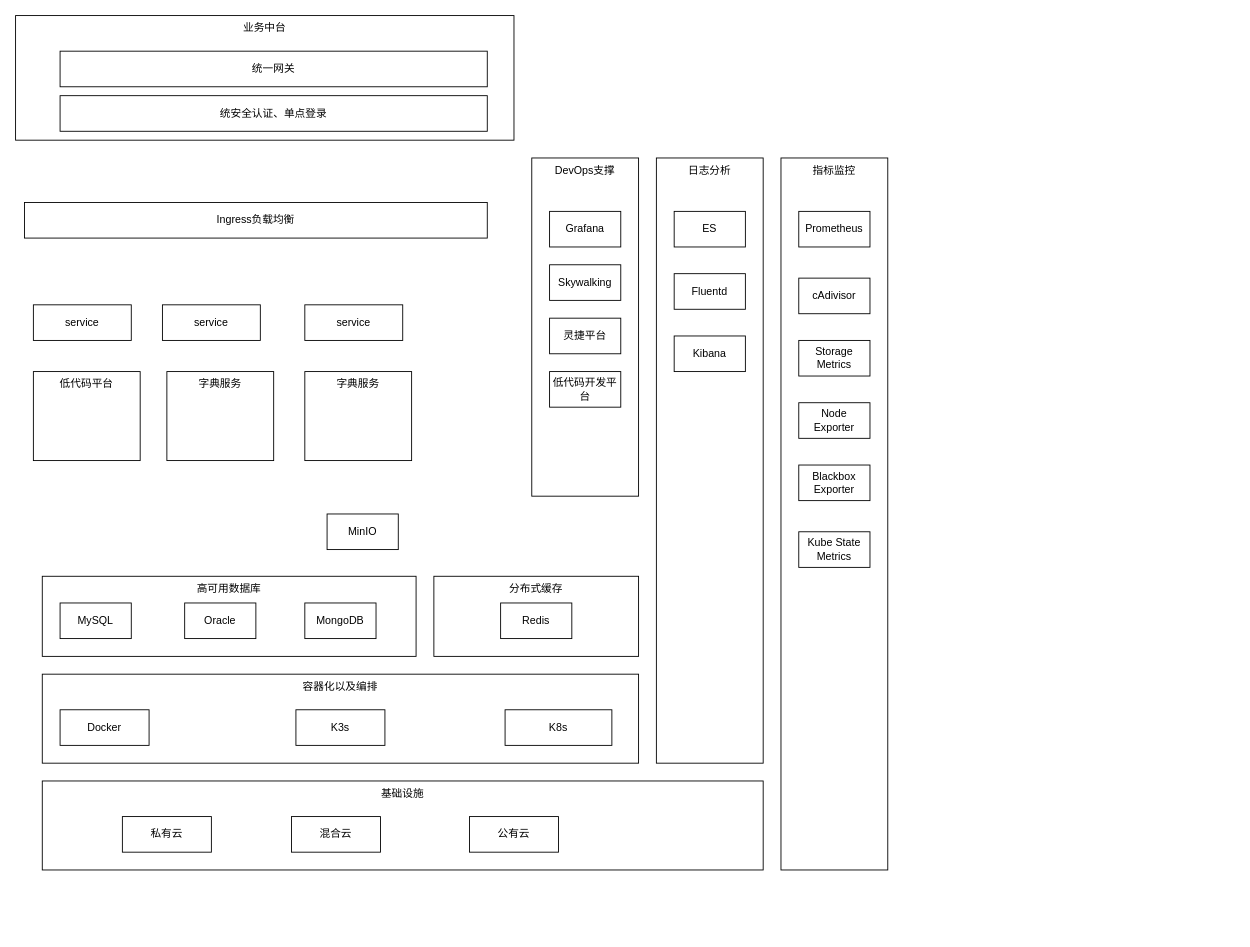
ProgrammerLZ/drawio keeps this draw.io diagram as page "低代码技术架构" (2 of 2) of 学工技术架构.drawio. Above is the earlier version. Source tidied: cells renumbered, new cells numbered last; positions are measured from the earlier drawing's top-left corner, leaving out a move shared by most shapes. Both pictures are drawn from the tidied source at 89%, with x=0, y=0 at pixel (15, 15).
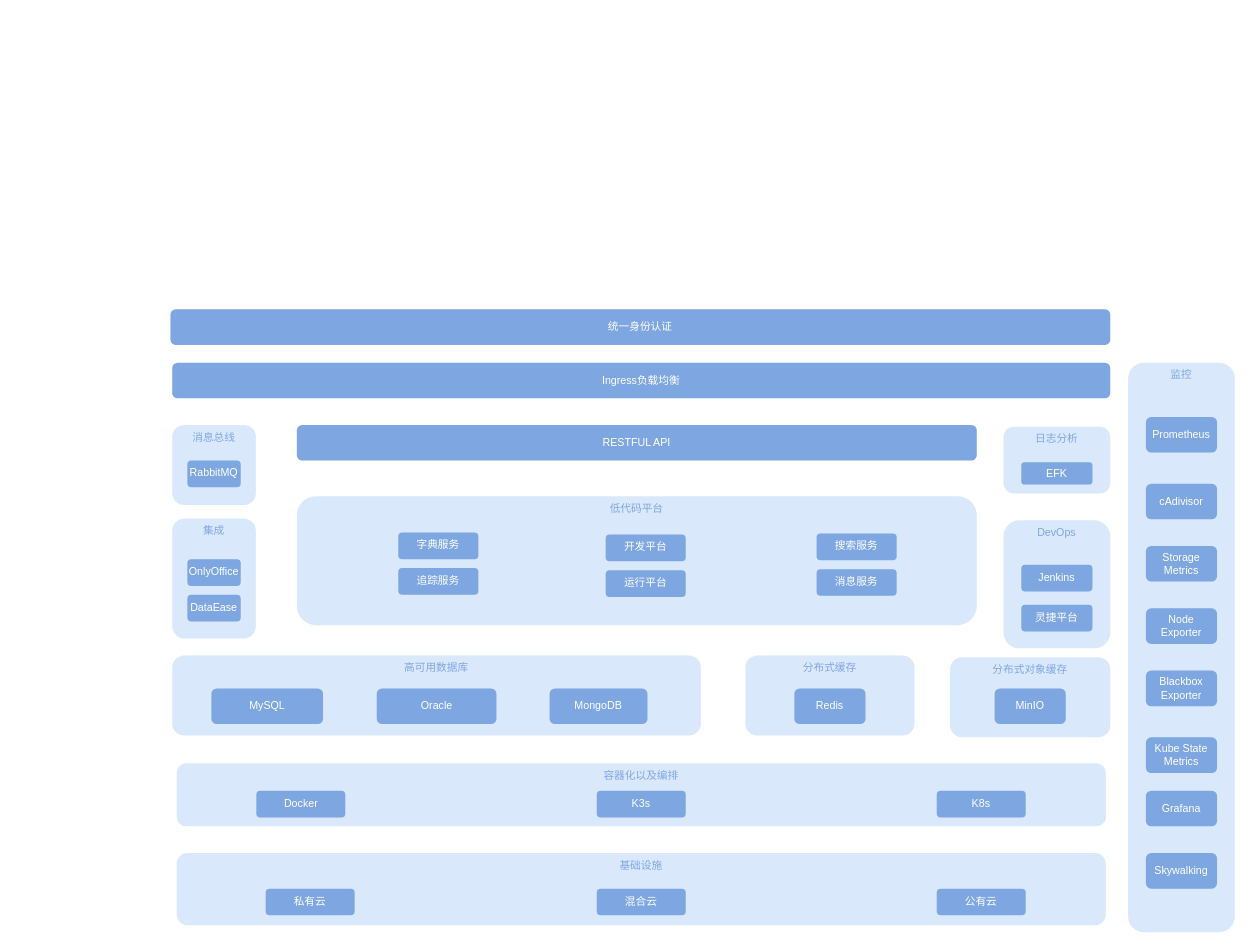
Above is the later version.

Commit message (it also covers changes not shown here):
更新学工技术架构.drawio

Diff of the diagram source:
```diff
@@
-    <mxCell id="2" value="业务中台" style="rounded=0;whiteSpace=wrap;html=1;verticalAlign=top;" parent="1" vertex="1">
-      <mxGeometry width="560" height="140" as="geometry" />
-    </mxCell>
+    <mxCell id="43" value="分布式对象缓存" style="rounded=1;whiteSpace=wrap;html=1;verticalAlign=top;fillColor=#dae8fc;strokeColor=none;fontColor=#7EA6E0;" parent="1" vertex="1">
+      <mxGeometry x="1050" y="721" width="180" height="90" as="geometry" />
+    </mxCell>
-    <mxCell id="3" value="分布式缓存" style="rounded=0;whiteSpace=wrap;html=1;verticalAlign=top;" parent="1" vertex="1">
-      <mxGeometry x="470" y="630" width="230" height="90" as="geometry" />
+    <mxCell id="3" value="分布式缓存" style="rounded=1;whiteSpace=wrap;html=1;verticalAlign=top;fillColor=#dae8fc;strokeColor=none;fontColor=#7EA6E0;" parent="1" vertex="1">
+      <mxGeometry x="820" y="719" width="190" height="90" as="geometry" />
     </mxCell>
-    <mxCell id="4" value="DevOps支撑" style="rounded=0;whiteSpace=wrap;html=1;verticalAlign=top;" parent="1" vertex="1">
-      <mxGeometry x="580" y="160" width="120" height="380" as="geometry" />
+    <mxCell id="4" value="DevOps" style="rounded=1;whiteSpace=wrap;html=1;verticalAlign=top;fillColor=#dae8fc;strokeColor=none;fontColor=#7EA6E0;" parent="1" vertex="1">
+      <mxGeometry x="1110" y="567" width="120" height="144" as="geometry" />
     </mxCell>
-    <mxCell id="5" value="指标监控" style="rounded=0;whiteSpace=wrap;html=1;verticalAlign=top;" parent="1" vertex="1">
-      <mxGeometry x="860" y="160" width="120" height="800" as="geometry" />
+    <mxCell id="5" value="监控" style="rounded=1;whiteSpace=wrap;html=1;verticalAlign=top;fillColor=#dae8fc;strokeColor=none;fontColor=#7EA6E0;" parent="1" vertex="1">
+      <mxGeometry x="1250" y="390" width="120" height="640" as="geometry" />
     </mxCell>
-    <mxCell id="6" value="低代码平台" style="rounded=0;whiteSpace=wrap;html=1;verticalAlign=top;" parent="1" vertex="1">
-      <mxGeometry x="20" y="400" width="120" height="100" as="geometry" />
+    <mxCell id="6" value="RESTFUL API" style="rounded=1;whiteSpace=wrap;html=1;verticalAlign=middle;fillColor=#7EA6E0;fontColor=#FFFFFF;strokeColor=none;" parent="1" vertex="1">
+      <mxGeometry x="316" y="460" width="764" height="40" as="geometry" />
     </mxCell>
-    <mxCell id="7" value="高可用数据库" style="rounded=0;whiteSpace=wrap;html=1;verticalAlign=top;" parent="1" vertex="1">
-      <mxGeometry x="30" y="630" width="420" height="90" as="geometry" />
+    <mxCell id="7" value="高可用数据库" style="rounded=1;whiteSpace=wrap;html=1;verticalAlign=top;fillColor=#dae8fc;strokeColor=none;fontColor=#7EA6E0;" parent="1" vertex="1">
+      <mxGeometry x="176" y="719" width="594" height="90" as="geometry" />
     </mxCell>
-    <mxCell id="8" value="MySQL" style="rounded=0;whiteSpace=wrap;html=1;" parent="1" vertex="1">
-      <mxGeometry x="50" y="660" width="80" height="40" as="geometry" />
+    <mxCell id="8" value="MySQL" style="rounded=1;whiteSpace=wrap;html=1;fillColor=#7EA6E0;fontColor=#FFFFFF;strokeColor=none;shadow=0;glass=0;gradientColor=none;" parent="1" vertex="1">
+      <mxGeometry x="220" y="756" width="125.5" height="40" as="geometry" />
     </mxCell>
-    <mxCell id="9" value="Oracle" style="rounded=0;whiteSpace=wrap;html=1;" parent="1" vertex="1">
-      <mxGeometry x="190" y="660" width="80" height="40" as="geometry" />
+    <mxCell id="9" value="Oracle" style="rounded=1;whiteSpace=wrap;html=1;fillColor=#7EA6E0;fontColor=#FFFFFF;strokeColor=none;" parent="1" vertex="1">
+      <mxGeometry x="405.8" y="756" width="134.5" height="40" as="geometry" />
     </mxCell>
-    <mxCell id="10" value="MongoDB" style="rounded=0;whiteSpace=wrap;html=1;" parent="1" vertex="1">
-      <mxGeometry x="325" y="660" width="80" height="40" as="geometry" />
+    <mxCell id="10" value="MongoDB" style="rounded=1;whiteSpace=wrap;html=1;fillColor=#7EA6E0;fontColor=#FFFFFF;strokeColor=none;" parent="1" vertex="1">
+      <mxGeometry x="600" y="756" width="110" height="40" as="geometry" />
     </mxCell>
-    <mxCell id="11" value="Redis" style="rounded=0;whiteSpace=wrap;html=1;" parent="1" vertex="1">
-      <mxGeometry x="545" y="660" width="80" height="40" as="geometry" />
+    <mxCell id="11" value="Redis" style="rounded=1;whiteSpace=wrap;html=1;fillColor=#7EA6E0;fontColor=#FFFFFF;strokeColor=none;" parent="1" vertex="1">
+      <mxGeometry x="875" y="756" width="80" height="40" as="geometry" />
     </mxCell>
-    <mxCell id="12" value="日志分析" style="rounded=0;whiteSpace=wrap;html=1;verticalAlign=top;" parent="1" vertex="1">
-      <mxGeometry x="720" y="160" width="120" height="680" as="geometry" />
+    <mxCell id="12" value="日志分析" style="rounded=1;whiteSpace=wrap;html=1;verticalAlign=top;fillColor=#dae8fc;strokeColor=none;fontColor=#7EA6E0;" parent="1" vertex="1">
+      <mxGeometry x="1110" y="462" width="120" height="75" as="geometry" />
     </mxCell>
-    <mxCell id="13" value="Fluentd" style="rounded=0;whiteSpace=wrap;html=1;" parent="1" vertex="1">
-      <mxGeometry x="740" y="290" width="80" height="40" as="geometry" />
-    </mxCell>
-    <mxCell id="14" value="ES" style="rounded=0;whiteSpace=wrap;html=1;" parent="1" vertex="1">
-      <mxGeometry x="740" y="220" width="80" height="40" as="geometry" />
-    </mxCell>
-    <mxCell id="15" value="Prometheus" style="rounded=0;whiteSpace=wrap;html=1;" parent="1" vertex="1">
-      <mxGeometry x="880" y="220" width="80" height="40" as="geometry" />
+    <mxCell id="15" value="Prometheus" style="rounded=1;whiteSpace=wrap;html=1;fillColor=#7EA6E0;fontColor=#FFFFFF;strokeColor=none;" parent="1" vertex="1">
+      <mxGeometry x="1270" y="451" width="80" height="40" as="geometry" />
     </mxCell>
-    <mxCell id="16" value="Grafana" style="rounded=0;whiteSpace=wrap;html=1;" parent="1" vertex="1">
-      <mxGeometry x="600" y="220" width="80" height="40" as="geometry" />
-    </mxCell>
-    <mxCell id="17" value="Skywalking" style="rounded=0;whiteSpace=wrap;html=1;" parent="1" vertex="1">
-      <mxGeometry x="600" y="280" width="80" height="40" as="geometry" />
-    </mxCell>
-    <mxCell id="18" value="容器化以及编排" style="rounded=0;whiteSpace=wrap;html=1;verticalAlign=top;" parent="1" vertex="1">
-      <mxGeometry x="30" y="740" width="670" height="100" as="geometry" />
+    <mxCell id="18" value="容器化以及编排" style="rounded=1;whiteSpace=wrap;html=1;verticalAlign=top;fillColor=#dae8fc;strokeColor=none;fontColor=#7EA6E0;" parent="1" vertex="1">
+      <mxGeometry x="181" y="840" width="1044" height="71" as="geometry" />
     </mxCell>
-    <mxCell id="19" value="Docker" style="rounded=0;whiteSpace=wrap;html=1;" parent="1" vertex="1">
-      <mxGeometry x="50" y="780" width="100" height="40" as="geometry" />
+    <mxCell id="19" value="Docker" style="rounded=1;whiteSpace=wrap;html=1;fillColor=#7EA6E0;strokeColor=none;fontColor=#FFFFFF;" parent="1" vertex="1">
+      <mxGeometry x="270.5" y="871" width="100" height="30" as="geometry" />
     </mxCell>
-    <mxCell id="20" value="K8s" style="rounded=0;whiteSpace=wrap;html=1;" parent="1" vertex="1">
-      <mxGeometry x="550" y="780" width="120" height="40" as="geometry" />
+    <mxCell id="20" value="K8s" style="rounded=1;whiteSpace=wrap;html=1;fillColor=#7EA6E0;strokeColor=none;fontColor=#FFFFFF;" parent="1" vertex="1">
+      <mxGeometry x="1035" y="871" width="100" height="30" as="geometry" />
     </mxCell>
-    <mxCell id="21" value="MinIO" style="rounded=0;whiteSpace=wrap;html=1;" parent="1" vertex="1">
-      <mxGeometry x="350" y="560" width="80" height="40" as="geometry" />
+    <mxCell id="21" value="MinIO" style="rounded=1;whiteSpace=wrap;html=1;fillColor=#7EA6E0;fontColor=#FFFFFF;strokeColor=none;" parent="1" vertex="1">
+      <mxGeometry x="1100" y="756" width="80" height="40" as="geometry" />
     </mxCell>
-    <mxCell id="22" value="Ingress负载均衡" style="rounded=0;whiteSpace=wrap;html=1;verticalAlign=middle;" parent="1" vertex="1">
-      <mxGeometry x="10" y="210" width="520" height="40" as="geometry" />
+    <mxCell id="22" value="Ingress负载均衡" style="rounded=1;whiteSpace=wrap;html=1;verticalAlign=middle;fillColor=#7EA6E0;fontColor=#FFFFFF;strokeColor=none;" parent="1" vertex="1">
+      <mxGeometry x="176" y="390" width="1054" height="40" as="geometry" />
     </mxCell>
-    <mxCell id="23" value="基础设施" style="rounded=0;whiteSpace=wrap;html=1;verticalAlign=top;" parent="1" vertex="1">
-      <mxGeometry x="30" y="860" width="810" height="100" as="geometry" />
+    <mxCell id="23" value="基础设施" style="rounded=1;whiteSpace=wrap;html=1;verticalAlign=top;fillColor=#dae8fc;strokeColor=none;fontColor=#7EA6E0;" parent="1" vertex="1">
+      <mxGeometry x="181" y="941" width="1044" height="81" as="geometry" />
     </mxCell>
-    <mxCell id="24" value="私有云" style="rounded=0;whiteSpace=wrap;html=1;" parent="1" vertex="1">
-      <mxGeometry x="120" y="900" width="100" height="40" as="geometry" />
+    <mxCell id="24" value="私有云" style="rounded=1;whiteSpace=wrap;html=1;fillColor=#7EA6E0;strokeColor=none;fontColor=#FFFFFF;" parent="1" vertex="1">
+      <mxGeometry x="281" y="981" width="100" height="30" as="geometry" />
     </mxCell>
-    <mxCell id="25" value="混合云" style="rounded=0;whiteSpace=wrap;html=1;" parent="1" vertex="1">
-      <mxGeometry x="310" y="900" width="100" height="40" as="geometry" />
+    <mxCell id="25" value="混合云" style="rounded=1;whiteSpace=wrap;html=1;fillColor=#7EA6E0;strokeColor=none;fontColor=#FFFFFF;" parent="1" vertex="1">
+      <mxGeometry x="653" y="981" width="100" height="30" as="geometry" />
     </mxCell>
-    <mxCell id="26" value="公有云" style="rounded=0;whiteSpace=wrap;html=1;" parent="1" vertex="1">
-      <mxGeometry x="510" y="900" width="100" height="40" as="geometry" />
+    <mxCell id="26" value="公有云" style="rounded=1;whiteSpace=wrap;html=1;fillColor=#7EA6E0;strokeColor=none;fontColor=#FFFFFF;" parent="1" vertex="1">
+      <mxGeometry x="1035" y="981" width="100" height="30" as="geometry" />
     </mxCell>
-    <mxCell id="27" value="Kibana" style="rounded=0;whiteSpace=wrap;html=1;" parent="1" vertex="1">
-      <mxGeometry x="740" y="360" width="80" height="40" as="geometry" />
-    </mxCell>
-    <mxCell id="28" value="K3s" style="rounded=0;whiteSpace=wrap;html=1;" parent="1" vertex="1">
-      <mxGeometry x="315" y="780" width="100" height="40" as="geometry" />
+    <mxCell id="28" value="K3s" style="rounded=1;whiteSpace=wrap;html=1;fillColor=#7EA6E0;strokeColor=none;fontColor=#FFFFFF;" parent="1" vertex="1">
+      <mxGeometry x="653" y="871" width="100" height="30" as="geometry" />
     </mxCell>
-    <mxCell id="29" value="cAdivisor" style="rounded=0;whiteSpace=wrap;html=1;" parent="1" vertex="1">
-      <mxGeometry x="880" y="295" width="80" height="40" as="geometry" />
+    <mxCell id="29" value="cAdivisor" style="rounded=1;whiteSpace=wrap;html=1;fillColor=#7EA6E0;fontColor=#FFFFFF;strokeColor=none;" parent="1" vertex="1">
+      <mxGeometry x="1270" y="526" width="80" height="40" as="geometry" />
     </mxCell>
-    <mxCell id="30" value="Storage Metrics" style="rounded=0;whiteSpace=wrap;html=1;" parent="1" vertex="1">
-      <mxGeometry x="880" y="365" width="80" height="40" as="geometry" />
+    <mxCell id="30" value="Storage Metrics" style="rounded=1;whiteSpace=wrap;html=1;fillColor=#7EA6E0;fontColor=#FFFFFF;strokeColor=none;" parent="1" vertex="1">
+      <mxGeometry x="1270" y="596" width="80" height="40" as="geometry" />
     </mxCell>
-    <mxCell id="31" value="Node&lt;div&gt;Exporter&lt;/div&gt;" style="rounded=0;whiteSpace=wrap;html=1;" parent="1" vertex="1">
-      <mxGeometry x="880" y="435" width="80" height="40" as="geometry" />
+    <mxCell id="31" value="Node&lt;div&gt;Exporter&lt;/div&gt;" style="rounded=1;whiteSpace=wrap;html=1;fillColor=#7EA6E0;fontColor=#FFFFFF;strokeColor=none;" parent="1" vertex="1">
+      <mxGeometry x="1270" y="666" width="80" height="40" as="geometry" />
     </mxCell>
-    <mxCell id="32" value="Blackbox&lt;div&gt;Exporter&lt;/div&gt;" style="rounded=0;whiteSpace=wrap;html=1;" parent="1" vertex="1">
-      <mxGeometry x="880" y="505" width="80" height="40" as="geometry" />
+    <mxCell id="32" value="Blackbox&lt;div&gt;Exporter&lt;/div&gt;" style="rounded=1;whiteSpace=wrap;html=1;fillColor=#7EA6E0;fontColor=#FFFFFF;strokeColor=none;" parent="1" vertex="1">
+      <mxGeometry x="1270" y="736" width="80" height="40" as="geometry" />
     </mxCell>
-    <mxCell id="33" value="灵捷平台" style="rounded=0;whiteSpace=wrap;html=1;" parent="1" vertex="1">
-      <mxGeometry x="600" y="340" width="80" height="40" as="geometry" />
+    <mxCell id="33" value="灵捷平台" style="rounded=1;whiteSpace=wrap;html=1;fillColor=#7EA6E0;fontColor=#FFFFFF;strokeColor=none;" parent="1" vertex="1">
+      <mxGeometry x="1130" y="662" width="80" height="30" as="geometry" />
     </mxCell>
-    <mxCell id="34" value="Kube State&lt;div&gt;Metrics&lt;/div&gt;" style="rounded=0;whiteSpace=wrap;html=1;" parent="1" vertex="1">
-      <mxGeometry x="880" y="580" width="80" height="40" as="geometry" />
+    <mxCell id="34" value="Kube State&lt;div&gt;Metrics&lt;/div&gt;" style="rounded=1;whiteSpace=wrap;html=1;fillColor=#7EA6E0;fontColor=#FFFFFF;strokeColor=none;" parent="1" vertex="1">
+      <mxGeometry x="1270" y="811" width="80" height="40" as="geometry" />
     </mxCell>
-    <mxCell id="35" value="低代码开发平台" style="rounded=0;whiteSpace=wrap;html=1;" parent="1" vertex="1">
-      <mxGeometry x="600" y="400" width="80" height="40" as="geometry" />
-    </mxCell>
-    <mxCell id="36" value="统一网关" style="rounded=0;whiteSpace=wrap;html=1;verticalAlign=middle;" parent="1" vertex="1">
-      <mxGeometry x="50" y="40" width="480" height="40" as="geometry" />
-    </mxCell>
-    <mxCell id="37" value="service" style="rounded=0;whiteSpace=wrap;html=1;verticalAlign=middle;" parent="1" vertex="1">
-      <mxGeometry x="20" y="325" width="110" height="40" as="geometry" />
-    </mxCell>
-    <mxCell id="38" value="字典服务" style="rounded=0;whiteSpace=wrap;html=1;verticalAlign=top;" parent="1" vertex="1">
-      <mxGeometry x="170" y="400" width="120" height="100" as="geometry" />
-    </mxCell>
-    <mxCell id="39" value="字典服务" style="rounded=0;whiteSpace=wrap;html=1;verticalAlign=top;" parent="1" vertex="1">
-      <mxGeometry x="325" y="400" width="120" height="100" as="geometry" />
-    </mxCell>
-    <mxCell id="40" value="service" style="rounded=0;whiteSpace=wrap;html=1;verticalAlign=middle;" parent="1" vertex="1">
-      <mxGeometry x="165" y="325" width="110" height="40" as="geometry" />
-    </mxCell>
-    <mxCell id="41" value="service" style="rounded=0;whiteSpace=wrap;html=1;verticalAlign=middle;" parent="1" vertex="1">
-      <mxGeometry x="325" y="325" width="110" height="40" as="geometry" />
-    </mxCell>
-    <mxCell id="42" value="统安全认证、单点登录" style="rounded=0;whiteSpace=wrap;html=1;verticalAlign=middle;" parent="1" vertex="1">
-      <mxGeometry x="50" y="90" width="480" height="40" as="geometry" />
+    <mxCell id="42" value="统一身份认证" style="rounded=1;whiteSpace=wrap;html=1;verticalAlign=middle;fillColor=#7EA6E0;fontColor=#FFFFFF;strokeColor=none;" parent="1" vertex="1">
+      <mxGeometry x="174" y="330" width="1056" height="40" as="geometry" />
     </mxCell>
+    <mxCell id="44" value="Jenkins" style="rounded=1;whiteSpace=wrap;html=1;fillColor=#7EA6E0;fontColor=#FFFFFF;strokeColor=none;" parent="1" vertex="1">
+      <mxGeometry x="1130" y="617" width="80" height="30" as="geometry" />
+    </mxCell>
+    <mxCell id="45" value="EFK" style="rounded=1;whiteSpace=wrap;html=1;fillColor=#7EA6E0;fontColor=#FFFFFF;strokeColor=none;" parent="1" vertex="1">
+      <mxGeometry x="1130" y="502" width="80" height="25" as="geometry" />
+    </mxCell>
+    <mxCell id="46" value="低代码平台" style="rounded=1;whiteSpace=wrap;html=1;verticalAlign=top;fillColor=#dae8fc;strokeColor=none;fontColor=#7EA6E0;" parent="1" vertex="1">
+      <mxGeometry x="316" y="540" width="764" height="145" as="geometry" />
+    </mxCell>
+    <mxCell id="47" value="消息总线" style="rounded=1;whiteSpace=wrap;html=1;verticalAlign=top;fillColor=#dae8fc;strokeColor=none;fontColor=#7EA6E0;" parent="1" vertex="1">
+      <mxGeometry x="176" y="460" width="94" height="90" as="geometry" />
+    </mxCell>
+    <mxCell id="48" value="RabbitMQ" style="rounded=1;whiteSpace=wrap;html=1;verticalAlign=top;fillColor=#7EA6E0;fontColor=#FFFFFF;strokeColor=none;" parent="1" vertex="1">
+      <mxGeometry x="193" y="500" width="60" height="30" as="geometry" />
+    </mxCell>
+    <mxCell id="49" value="集成" style="rounded=1;whiteSpace=wrap;html=1;verticalAlign=top;fillColor=#dae8fc;strokeColor=none;fontColor=#7EA6E0;" parent="1" vertex="1">
+      <mxGeometry x="176" y="565" width="94" height="135" as="geometry" />
+    </mxCell>
+    <mxCell id="50" value="OnlyOffice" style="rounded=1;whiteSpace=wrap;html=1;verticalAlign=top;fillColor=#7EA6E0;fontColor=#FFFFFF;strokeColor=none;" parent="1" vertex="1">
+      <mxGeometry x="193" y="610.8" width="60" height="30" as="geometry" />
+    </mxCell>
+    <mxCell id="51" value="DataEase" style="rounded=1;whiteSpace=wrap;html=1;verticalAlign=top;fillColor=#7EA6E0;fontColor=#FFFFFF;strokeColor=none;" parent="1" vertex="1">
+      <mxGeometry x="193" y="650.8" width="60" height="30" as="geometry" />
+    </mxCell>
+    <mxCell id="16" value="Grafana" style="rounded=1;whiteSpace=wrap;html=1;fillColor=#7EA6E0;fontColor=#FFFFFF;strokeColor=none;" parent="1" vertex="1">
+      <mxGeometry x="1270" y="871" width="80" height="40" as="geometry" />
+    </mxCell>
+    <mxCell id="17" value="Skywalking" style="rounded=1;whiteSpace=wrap;html=1;fillColor=#7EA6E0;fontColor=#FFFFFF;strokeColor=none;" parent="1" vertex="1">
+      <mxGeometry x="1270" y="941" width="80" height="40" as="geometry" />
+    </mxCell>
+    <mxCell id="52" value="字典服务" style="rounded=1;whiteSpace=wrap;html=1;verticalAlign=top;fillColor=#7EA6E0;fontColor=#FFFFFF;strokeColor=none;" parent="1" vertex="1">
+      <mxGeometry x="430" y="580.8" width="90" height="30" as="geometry" />
+    </mxCell>
+    <mxCell id="53" value="追踪服务" style="rounded=1;whiteSpace=wrap;html=1;verticalAlign=top;fillColor=#7EA6E0;fontColor=#FFFFFF;strokeColor=none;" parent="1" vertex="1">
+      <mxGeometry x="430" y="620.8" width="90" height="30" as="geometry" />
+    </mxCell>
+    <mxCell id="54" value="搜索服务" style="rounded=1;whiteSpace=wrap;html=1;verticalAlign=top;fillColor=#7EA6E0;fontColor=#FFFFFF;strokeColor=none;" parent="1" vertex="1">
+      <mxGeometry x="900" y="582" width="90" height="30" as="geometry" />
+    </mxCell>
+    <mxCell id="55" value="消息服务" style="rounded=1;whiteSpace=wrap;html=1;verticalAlign=top;fillColor=#7EA6E0;fontColor=#FFFFFF;strokeColor=none;" parent="1" vertex="1">
+      <mxGeometry x="900" y="622" width="90" height="30" as="geometry" />
+    </mxCell>
+    <mxCell id="56" value="开发平台" style="rounded=1;whiteSpace=wrap;html=1;verticalAlign=top;fillColor=#7EA6E0;fontColor=#FFFFFF;strokeColor=none;" parent="1" vertex="1">
+      <mxGeometry x="663" y="583.2" width="90" height="30" as="geometry" />
+    </mxCell>
+    <mxCell id="57" value="运行平台" style="rounded=1;whiteSpace=wrap;html=1;verticalAlign=top;fillColor=#7EA6E0;fontColor=#FFFFFF;strokeColor=none;" parent="1" vertex="1">
+      <mxGeometry x="663" y="623.2" width="90" height="30" as="geometry" />
+    </mxCell>
```
